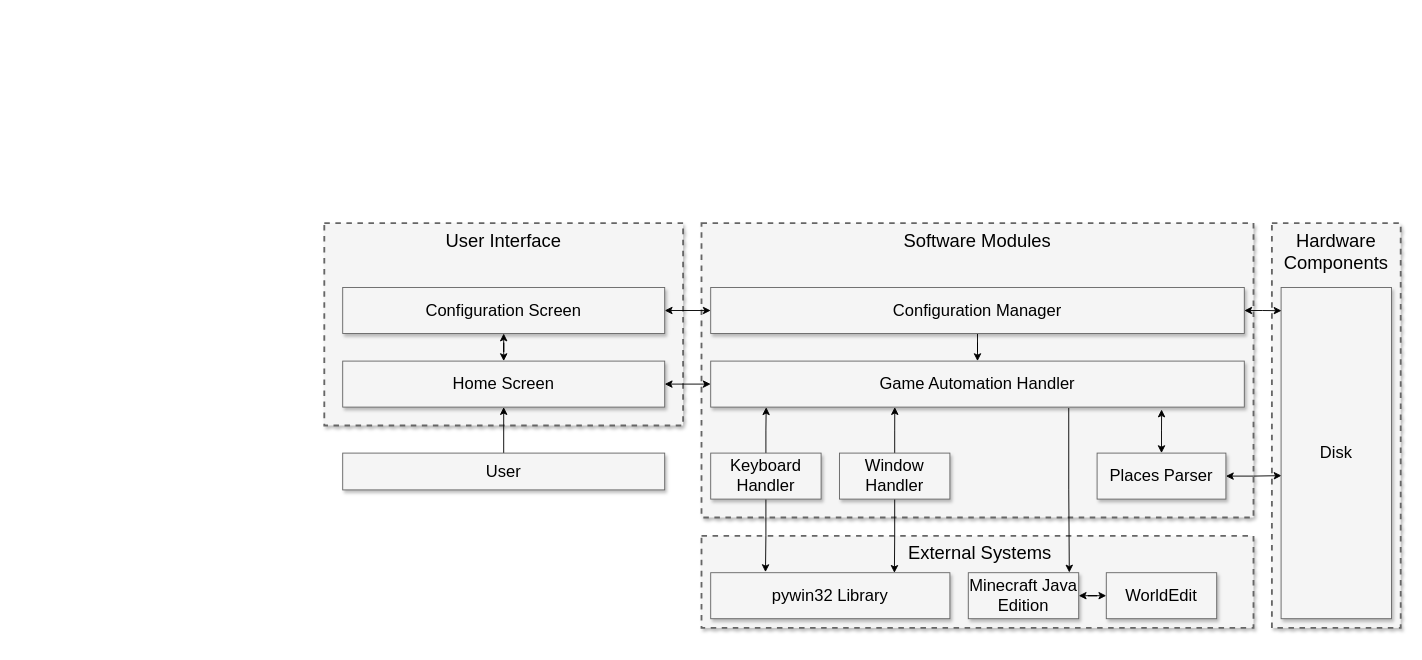
Earlier version of the draw.io diagram docs/design/drawio/system_architecture/system_architecture.drawio (Sang0920/senior-project-spring-2022-blueprint-automation-tool). Source tidied: cells renumbered, new cells numbered last; positions are measured from the earlier drawing's top-left corner, leaving out a move shared by most shapes. Both pictures are drawn from the tidied source at 92%, with x=0, y=0 at pixel (324, 223).
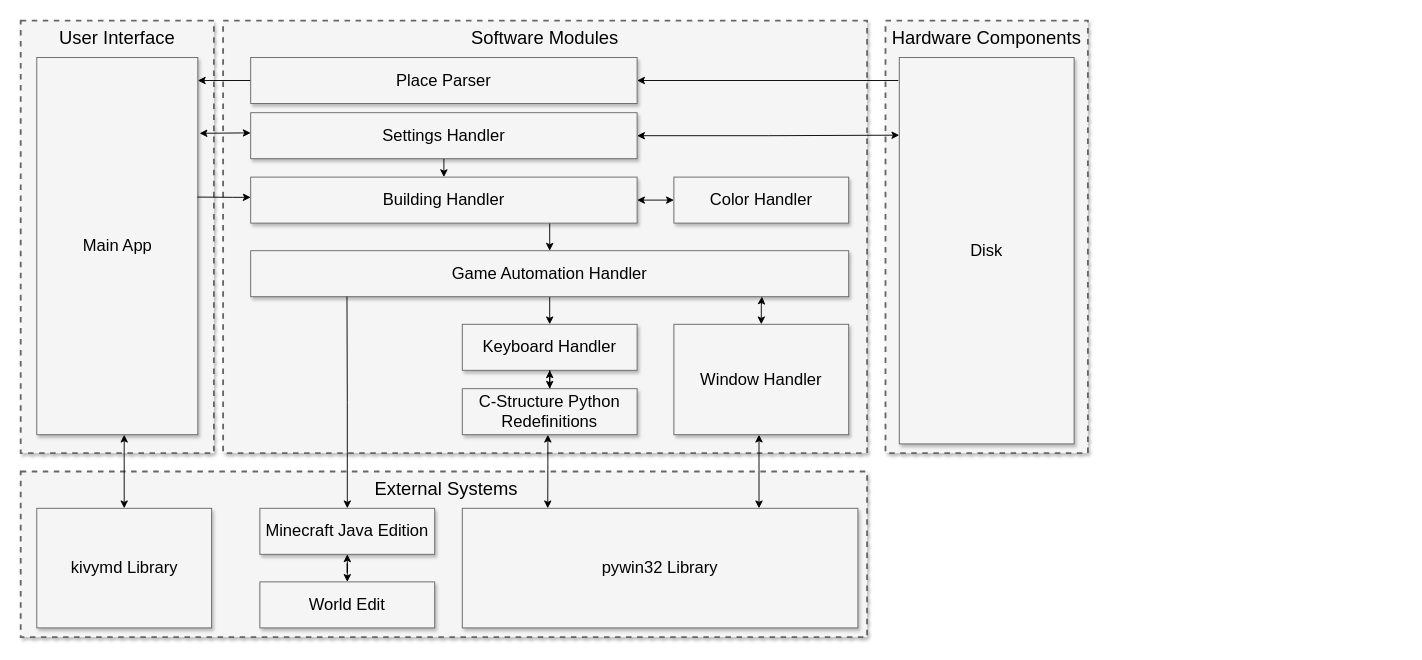
Above is the later version.

The edit, as a diff of the source:
```diff
@@
+    <mxCell id="4" value="User Interface" style="whiteSpace=wrap;html=1;shadow=1;fontSize=20;fillColor=#f5f5f5;strokeColor=#666666;strokeWidth=2;dashed=1;verticalAlign=top;" parent="1" vertex="1">
+      <mxGeometry x="-330" y="-220" width="210" height="470" as="geometry" />
+    </mxCell>
+    <mxCell id="3" value="Hardware Components" style="whiteSpace=wrap;html=1;shadow=1;fontSize=20;fillColor=#f5f5f5;strokeColor=#666666;strokeWidth=2;dashed=1;verticalAlign=top;" parent="1" vertex="1">
+      <mxGeometry x="610" y="-220" width="220" height="470" as="geometry" />
+    </mxCell>
+    <mxCell id="5" value="&amp;nbsp;External Systems" style="whiteSpace=wrap;html=1;shadow=1;fontSize=20;fillColor=#f5f5f5;strokeColor=#666666;strokeWidth=2;dashed=1;verticalAlign=top;align=center;" parent="1" vertex="1">
+      <mxGeometry x="-330" y="270" width="920" height="180" as="geometry" />
+    </mxCell>
     <mxCell id="2" value="Software Modules" style="whiteSpace=wrap;html=1;shadow=1;fontSize=20;fillColor=#f5f5f5;strokeColor=#666666;strokeWidth=2;dashed=1;verticalAlign=top;" parent="1" vertex="1">
-      <mxGeometry x="410" width="600" height="320" as="geometry" />
+      <mxGeometry x="-110" y="-220" width="700" height="470" as="geometry" />
     </mxCell>
-    <mxCell id="3" value="Hardware Components" style="whiteSpace=wrap;html=1;shadow=1;fontSize=20;fillColor=#f5f5f5;strokeColor=#666666;strokeWidth=2;dashed=1;verticalAlign=top;" parent="1" vertex="1">
-      <mxGeometry x="1030" width="140" height="440" as="geometry" />
-    </mxCell>
-    <mxCell id="4" value="User Interface" style="whiteSpace=wrap;html=1;shadow=1;fontSize=20;fillColor=#f5f5f5;strokeColor=#666666;strokeWidth=2;dashed=1;verticalAlign=top;" parent="1" vertex="1">
-      <mxGeometry width="390" height="220" as="geometry" />
-    </mxCell>
-    <mxCell id="5" value="&amp;nbsp;External Systems" style="whiteSpace=wrap;html=1;shadow=1;fontSize=20;fillColor=#f5f5f5;strokeColor=#666666;strokeWidth=2;dashed=1;verticalAlign=top;align=center;" parent="1" vertex="1">
-      <mxGeometry x="410" y="340" width="600" height="100" as="geometry" />
-    </mxCell>
-    <mxCell id="6" style="edgeStyle=orthogonalEdgeStyle;rounded=0;jettySize=auto;html=1;entryX=0;entryY=0.5;entryDx=0;entryDy=0;startArrow=classic;startFill=1;" parent="1" edge="1" source="7" target="31">
-      <mxGeometry relative="1" as="geometry" />
-    </mxCell>
+    <mxCell id="32" value="Main App" style="whiteSpace=wrap;html=1;shadow=1;fontSize=18;fillColor=#f5f5f5;strokeColor=#666666;" parent="1" vertex="1">
+      <mxGeometry x="-312.5" y="-180" width="175" height="410" as="geometry" />
+    </mxCell>
+    <mxCell id="33" style="edgeStyle=orthogonalEdgeStyle;rounded=0;jettySize=auto;html=1;startArrow=none;startFill=0;endArrow=classic;endFill=1;" parent="1" edge="1" source="35" target="32">
+      <mxGeometry relative="1" as="geometry">
+        <Array as="points">
+          <mxPoint x="-60" y="-165" />
+          <mxPoint x="-60" y="-165" />
+        </Array>
+      </mxGeometry>
+    </mxCell>
+    <mxCell id="34" style="edgeStyle=orthogonalEdgeStyle;rounded=0;jettySize=auto;html=1;startArrow=classic;startFill=1;endArrow=none;endFill=0;" parent="1" edge="1" source="35">
+      <mxGeometry relative="1" as="geometry">
+        <mxPoint x="624" y="-155" as="targetPoint" />
+        <Array as="points">
+          <mxPoint x="624" y="-155" />
+        </Array>
+      </mxGeometry>
+    </mxCell>
+    <mxCell id="35" value="Place Parser" style="whiteSpace=wrap;html=1;shadow=1;fontSize=18;fillColor=#f5f5f5;strokeColor=#666666;" parent="1" vertex="1">
+      <mxGeometry x="-80" y="-180" width="420" height="50" as="geometry" />
+    </mxCell>
+    <mxCell id="36" style="edgeStyle=orthogonalEdgeStyle;rounded=0;jettySize=auto;html=1;entryX=1.011;entryY=0.201;entryDx=0;entryDy=0;entryPerimeter=0;startArrow=classic;startFill=1;endArrow=classic;endFill=1;" parent="1" edge="1" source="38" target="32">
+      <mxGeometry relative="1" as="geometry">
+        <Array as="points">
+          <mxPoint x="-90" y="-98" />
+          <mxPoint x="-90" y="-98" />
+        </Array>
+      </mxGeometry>
+    </mxCell>
+    <mxCell id="37" style="edgeStyle=orthogonalEdgeStyle;rounded=0;jettySize=auto;html=1;entryX=0;entryY=0.201;entryDx=0;entryDy=0;entryPerimeter=0;startArrow=classic;startFill=1;endArrow=classic;endFill=1;" parent="1" edge="1" source="38" target="22">
+      <mxGeometry relative="1" as="geometry" />
+    </mxCell>
+    <mxCell id="38" value="Settings Handler" style="whiteSpace=wrap;html=1;shadow=1;fontSize=18;fillColor=#f5f5f5;strokeColor=#666666;" parent="1" vertex="1">
+      <mxGeometry x="-80" y="-120" width="420" height="50" as="geometry" />
+    </mxCell>
+    <mxCell id="39" style="edgeStyle=orthogonalEdgeStyle;rounded=0;jettySize=auto;html=1;entryX=0;entryY=0.5;entryDx=0;entryDy=0;startArrow=classic;startFill=1;endArrow=classic;endFill=1;" parent="1" edge="1" source="43" target="44">
+      <mxGeometry relative="1" as="geometry" />
+    </mxCell>
+    <mxCell id="40" style="edgeStyle=orthogonalEdgeStyle;rounded=0;jettySize=auto;html=1;startArrow=none;startFill=0;endArrow=classic;endFill=1;" parent="1" edge="1" source="43" target="18">
+      <mxGeometry relative="1" as="geometry">
+        <Array as="points">
+          <mxPoint x="245" y="20" />
+          <mxPoint x="245" y="20" />
+        </Array>
+      </mxGeometry>
+    </mxCell>
+    <mxCell id="41" style="edgeStyle=orthogonalEdgeStyle;rounded=0;jettySize=auto;html=1;exitX=0.5;exitY=0;exitDx=0;exitDy=0;entryX=0.5;entryY=1;entryDx=0;entryDy=0;startArrow=classic;startFill=1;endArrow=none;endFill=0;" parent="1" edge="1" source="43" target="38">
+      <mxGeometry relative="1" as="geometry" />
+    </mxCell>
+    <mxCell id="42" style="edgeStyle=orthogonalEdgeStyle;rounded=0;jettySize=auto;html=1;entryX=0.997;entryY=0.37;entryDx=0;entryDy=0;entryPerimeter=0;startArrow=classic;startFill=1;endArrow=none;endFill=0;" parent="1" edge="1" source="43" target="32">
+      <mxGeometry relative="1" as="geometry">
+        <Array as="points">
+          <mxPoint x="-100" y="-28" />
+          <mxPoint x="-100" y="-28" />
+        </Array>
+      </mxGeometry>
+    </mxCell>
+    <mxCell id="43" value="Building Handler" style="whiteSpace=wrap;html=1;shadow=1;fontSize=18;fillColor=#f5f5f5;strokeColor=#666666;" parent="1" vertex="1">
+      <mxGeometry x="-80" y="-50" width="420" height="50" as="geometry" />
+    </mxCell>
+    <mxCell id="44" value="Color Handler" style="whiteSpace=wrap;html=1;shadow=1;fontSize=18;fillColor=#f5f5f5;strokeColor=#666666;" parent="1" vertex="1">
+      <mxGeometry x="380" y="-50" width="190" height="50" as="geometry" />
+    </mxCell>
+    <mxCell id="45" style="edgeStyle=orthogonalEdgeStyle;rounded=0;jettySize=auto;html=1;entryX=0.5;entryY=0;entryDx=0;entryDy=0;startArrow=none;startFill=0;endArrow=classic;endFill=1;" parent="1" edge="1" source="18" target="11">
+      <mxGeometry relative="1" as="geometry">
+        <Array as="points">
+          <mxPoint x="245" y="90" />
+          <mxPoint x="245" y="90" />
+        </Array>
+      </mxGeometry>
+    </mxCell>
+    <mxCell id="18" value="Game Automation Handler" style="whiteSpace=wrap;html=1;shadow=1;fontSize=18;fillColor=#f5f5f5;strokeColor=#666666;" parent="1" vertex="1">
+      <mxGeometry x="-80" y="30" width="650" height="50" as="geometry" />
+    </mxCell>
+    <mxCell id="11" value="Keyboard Handler" style="whiteSpace=wrap;html=1;shadow=1;fontSize=18;fillColor=#f5f5f5;strokeColor=#666666;" parent="1" vertex="1">
+      <mxGeometry x="150" y="110" width="190" height="50" as="geometry" />
+    </mxCell>
+    <mxCell id="13" style="edgeStyle=orthogonalEdgeStyle;rounded=0;jettySize=auto;html=1;entryX=0.75;entryY=0;entryDx=0;entryDy=0;startArrow=classic;startFill=1;endArrow=classic;endFill=1;" parent="1" edge="1" source="14" target="8">
+      <mxGeometry relative="1" as="geometry">
+        <Array as="points">
+          <mxPoint x="473" y="235" />
+        </Array>
+      </mxGeometry>
+    </mxCell>
+    <mxCell id="12" style="edgeStyle=orthogonalEdgeStyle;rounded=0;jettySize=auto;html=1;entryX=0.855;entryY=0.997;entryDx=0;entryDy=0;entryPerimeter=0;startArrow=classic;startFill=1;endArrow=classic;endFill=1;" parent="1" edge="1" source="14" target="18">
+      <mxGeometry relative="1" as="geometry" />
+    </mxCell>
+    <mxCell id="14" value="Window Handler" style="whiteSpace=wrap;html=1;shadow=1;fontSize=18;fillColor=#f5f5f5;strokeColor=#666666;" parent="1" vertex="1">
+      <mxGeometry x="380" y="110" width="190" height="120" as="geometry" />
+    </mxCell>
+    <mxCell id="46" style="edgeStyle=orthogonalEdgeStyle;rounded=0;jettySize=auto;html=1;entryX=0.5;entryY=1;entryDx=0;entryDy=0;startArrow=classic;startFill=1;endArrow=classic;endFill=1;" parent="1" edge="1" source="48" target="11">
+      <mxGeometry relative="1" as="geometry" />
+    </mxCell>
+    <mxCell id="47" style="edgeStyle=orthogonalEdgeStyle;rounded=0;jettySize=auto;html=1;entryX=0.216;entryY=0;entryDx=0;entryDy=0;entryPerimeter=0;startArrow=classic;startFill=1;endArrow=classic;endFill=1;" parent="1" edge="1" source="48" target="8">
+      <mxGeometry relative="1" as="geometry">
+        <Array as="points">
+          <mxPoint x="243" y="260" />
+          <mxPoint x="243" y="260" />
+        </Array>
+      </mxGeometry>
+    </mxCell>
+    <mxCell id="48" value="C-Structure Python Redefinitions" style="whiteSpace=wrap;html=1;shadow=1;fontSize=18;fillColor=#f5f5f5;strokeColor=#666666;" parent="1" vertex="1">
+      <mxGeometry x="150" y="180" width="190" height="50" as="geometry" />
+    </mxCell>
+    <mxCell id="8" value="pywin32 Library" style="whiteSpace=wrap;html=1;shadow=1;fontSize=18;fillColor=#f5f5f5;strokeColor=#666666;" parent="1" vertex="1">
+      <mxGeometry x="150" y="310" width="430" height="130" as="geometry" />
+    </mxCell>
+    <mxCell id="49" style="edgeStyle=orthogonalEdgeStyle;rounded=0;jettySize=auto;html=1;startArrow=classic;startFill=1;endArrow=classic;endFill=1;" parent="1" edge="1" source="7" target="51">
+      <mxGeometry relative="1" as="geometry" />
+    </mxCell>
+    <mxCell id="50" style="edgeStyle=orthogonalEdgeStyle;rounded=0;jettySize=auto;html=1;entryX=0.161;entryY=0.997;entryDx=0;entryDy=0;entryPerimeter=0;startArrow=classic;startFill=1;endArrow=none;endFill=0;" parent="1" edge="1" source="7" target="18">
+      <mxGeometry relative="1" as="geometry" />
+    </mxCell>
     <mxCell id="7" value="Minecraft Java Edition" style="whiteSpace=wrap;html=1;shadow=1;fontSize=18;fillColor=#f5f5f5;strokeColor=#666666;" parent="1" vertex="1">
-      <mxGeometry x="700" y="380" width="120" height="50" as="geometry" />
+      <mxGeometry x="-70" y="310" width="190" height="50" as="geometry" />
     </mxCell>
-    <mxCell id="8" value="pywin32 Library" style="whiteSpace=wrap;html=1;shadow=1;fontSize=18;fillColor=#f5f5f5;strokeColor=#666666;" parent="1" vertex="1">
-      <mxGeometry x="420" y="380" width="260" height="50" as="geometry" />
-    </mxCell>
-    <mxCell id="9" style="edgeStyle=orthogonalEdgeStyle;rounded=0;jettySize=auto;html=1;entryX=0.104;entryY=1.003;entryDx=0;entryDy=0;entryPerimeter=0;" parent="1" edge="1" source="11" target="18">
-      <mxGeometry relative="1" as="geometry" />
-    </mxCell>
-    <mxCell id="10" style="edgeStyle=orthogonalEdgeStyle;rounded=0;jettySize=auto;html=1;entryX=0.229;entryY=-0.013;entryDx=0;entryDy=0;entryPerimeter=0;" parent="1" edge="1" source="11" target="8">
-      <mxGeometry relative="1" as="geometry" />
-    </mxCell>
-    <mxCell id="11" value="Keyboard Handler" style="whiteSpace=wrap;html=1;shadow=1;fontSize=18;fillColor=#f5f5f5;strokeColor=#666666;" parent="1" vertex="1">
-      <mxGeometry x="420" y="250" width="120" height="50" as="geometry" />
-    </mxCell>
-    <mxCell id="12" style="edgeStyle=orthogonalEdgeStyle;rounded=0;jettySize=auto;html=1;entryX=0.345;entryY=1;entryDx=0;entryDy=0;entryPerimeter=0;" parent="1" edge="1" source="14" target="18">
-      <mxGeometry relative="1" as="geometry" />
-    </mxCell>
-    <mxCell id="13" style="edgeStyle=orthogonalEdgeStyle;rounded=0;jettySize=auto;html=1;entryX=0.768;entryY=0.004;entryDx=0;entryDy=0;entryPerimeter=0;" parent="1" edge="1" source="14" target="8">
-      <mxGeometry relative="1" as="geometry" />
-    </mxCell>
-    <mxCell id="14" value="Window Handler" style="whiteSpace=wrap;html=1;shadow=1;fontSize=18;fillColor=#f5f5f5;strokeColor=#666666;" parent="1" vertex="1">
-      <mxGeometry x="560" y="250" width="120" height="50" as="geometry" />
-    </mxCell>
-    <mxCell id="15" style="edgeStyle=orthogonalEdgeStyle;rounded=0;jettySize=auto;html=1;entryX=0;entryY=0.5;entryDx=0;entryDy=0;startArrow=classic;startFill=1;" parent="1" edge="1" source="16" target="27">
-      <mxGeometry relative="1" as="geometry" />
-    </mxCell>
-    <mxCell id="16" value="Configuration Screen" style="whiteSpace=wrap;html=1;shadow=1;fontSize=18;fillColor=#f5f5f5;strokeColor=#666666;" parent="1" vertex="1">
-      <mxGeometry x="20" y="70" width="350" height="50" as="geometry" />
-    </mxCell>
-    <mxCell id="17" style="edgeStyle=orthogonalEdgeStyle;rounded=0;jettySize=auto;html=1;entryX=0.915;entryY=-0.004;entryDx=0;entryDy=0;entryPerimeter=0;exitX=0.671;exitY=1.02;exitDx=0;exitDy=0;exitPerimeter=0;" parent="1" edge="1" source="18" target="7">
-      <mxGeometry relative="1" as="geometry" />
-    </mxCell>
-    <mxCell id="18" value="Game Automation Handler" style="whiteSpace=wrap;html=1;shadow=1;fontSize=18;fillColor=#f5f5f5;strokeColor=#666666;" parent="1" vertex="1">
-      <mxGeometry x="420" y="150" width="580" height="50" as="geometry" />
-    </mxCell>
-    <mxCell id="19" style="edgeStyle=orthogonalEdgeStyle;rounded=0;jettySize=auto;html=1;entryX=0.845;entryY=1.052;entryDx=0;entryDy=0;entryPerimeter=0;startArrow=classic;startFill=1;" parent="1" edge="1" source="21" target="18">
-      <mxGeometry relative="1" as="geometry" />
-    </mxCell>
-    <mxCell id="20" style="edgeStyle=orthogonalEdgeStyle;rounded=0;jettySize=auto;html=1;entryX=0.004;entryY=0.568;entryDx=0;entryDy=0;entryPerimeter=0;startArrow=classic;startFill=1;" parent="1" edge="1" source="21" target="22">
-      <mxGeometry relative="1" as="geometry" />
-    </mxCell>
-    <mxCell id="21" value="Places Parser" style="whiteSpace=wrap;html=1;shadow=1;fontSize=18;fillColor=#f5f5f5;strokeColor=#666666;" parent="1" vertex="1">
-      <mxGeometry x="840" y="250" width="140" height="50" as="geometry" />
-    </mxCell>
+    <mxCell id="51" value="World Edit" style="whiteSpace=wrap;html=1;shadow=1;fontSize=18;fillColor=#f5f5f5;strokeColor=#666666;" parent="1" vertex="1">
+      <mxGeometry x="-70" y="390" width="190" height="50" as="geometry" />
+    </mxCell>
     <mxCell id="22" value="Disk" style="whiteSpace=wrap;html=1;shadow=1;fontSize=18;fillColor=#f5f5f5;strokeColor=#666666;" parent="1" vertex="1">
-      <mxGeometry x="1040" y="70" width="120" height="360" as="geometry" />
+      <mxGeometry x="625" y="-180" width="190" height="420" as="geometry" />
     </mxCell>
-    <mxCell id="23" style="edgeStyle=orthogonalEdgeStyle;rounded=0;jettySize=auto;html=1;entryX=0.5;entryY=1;entryDx=0;entryDy=0;" parent="1" edge="1" source="24" target="30">
-      <mxGeometry relative="1" as="geometry" />
-    </mxCell>
-    <mxCell id="24" value="User" style="whiteSpace=wrap;html=1;shadow=1;fontSize=18;fillColor=#f5f5f5;strokeColor=#666666;" parent="1" vertex="1">
-      <mxGeometry x="20" y="250" width="350" height="40" as="geometry" />
-    </mxCell>
-    <mxCell id="25" style="edgeStyle=orthogonalEdgeStyle;rounded=0;jettySize=auto;html=1;" parent="1" edge="1" source="27" target="18">
-      <mxGeometry relative="1" as="geometry" />
-    </mxCell>
-    <mxCell id="26" style="edgeStyle=orthogonalEdgeStyle;rounded=0;jettySize=auto;html=1;entryX=0.004;entryY=0.07;entryDx=0;entryDy=0;entryPerimeter=0;startArrow=classic;startFill=1;" parent="1" edge="1" source="27" target="22">
-      <mxGeometry relative="1" as="geometry" />
-    </mxCell>
-    <mxCell id="27" value="Configuration Manager" style="whiteSpace=wrap;html=1;shadow=1;fontSize=18;fillColor=#f5f5f5;strokeColor=#666666;" parent="1" vertex="1">
-      <mxGeometry x="420" y="70" width="580" height="50" as="geometry" />
-    </mxCell>
-    <mxCell id="28" style="edgeStyle=orthogonalEdgeStyle;rounded=0;jettySize=auto;html=1;entryX=0.5;entryY=1;entryDx=0;entryDy=0;startArrow=classic;startFill=1;" parent="1" edge="1" source="30" target="16">
-      <mxGeometry relative="1" as="geometry" />
-    </mxCell>
-    <mxCell id="29" style="edgeStyle=orthogonalEdgeStyle;rounded=0;jettySize=auto;html=1;startArrow=classic;startFill=1;" parent="1" edge="1" source="30" target="18">
-      <mxGeometry relative="1" as="geometry" />
-    </mxCell>
-    <mxCell id="30" value="Home Screen" style="whiteSpace=wrap;html=1;shadow=1;fontSize=18;fillColor=#f5f5f5;strokeColor=#666666;" parent="1" vertex="1">
-      <mxGeometry x="20" y="150" width="350" height="50" as="geometry" />
-    </mxCell>
-    <mxCell id="31" value="WorldEdit" style="whiteSpace=wrap;html=1;shadow=1;fontSize=18;fillColor=#f5f5f5;strokeColor=#666666;" parent="1" vertex="1">
-      <mxGeometry x="850" y="380" width="120" height="50" as="geometry" />
-    </mxCell>
+    <mxCell id="52" style="edgeStyle=orthogonalEdgeStyle;rounded=0;jettySize=auto;html=1;startArrow=classic;startFill=1;endArrow=classic;endFill=1;" parent="1" edge="1" source="53" target="32">
+      <mxGeometry relative="1" as="geometry">
+        <Array as="points">
+          <mxPoint x="-217" y="250" />
+          <mxPoint x="-217" y="250" />
+        </Array>
+      </mxGeometry>
+    </mxCell>
+    <mxCell id="53" value="kivymd Library" style="whiteSpace=wrap;html=1;shadow=1;fontSize=18;fillColor=#f5f5f5;strokeColor=#666666;" parent="1" vertex="1">
+      <mxGeometry x="-312.5" y="310" width="190" height="130" as="geometry" />
+    </mxCell>
```
